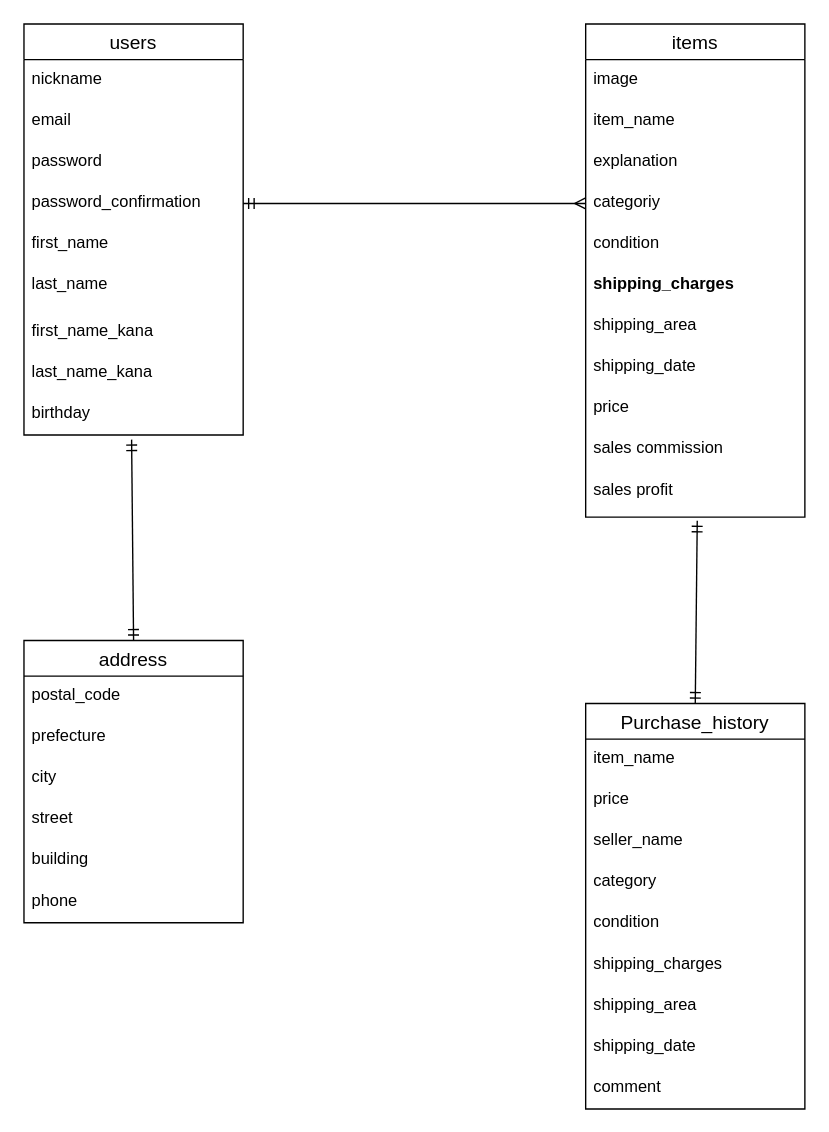
Earlier version of the draw.io diagram furima-41124.dio (katttttsu/furima-41124). Source tidied: cells renumbered, new cells numbered last; positions are measured from the earlier drawing's top-left corner, leaving out a move shared by most shapes. Both pictures are drawn from the tidied source at 137%, with x=0, y=0 at pixel (23, 23).
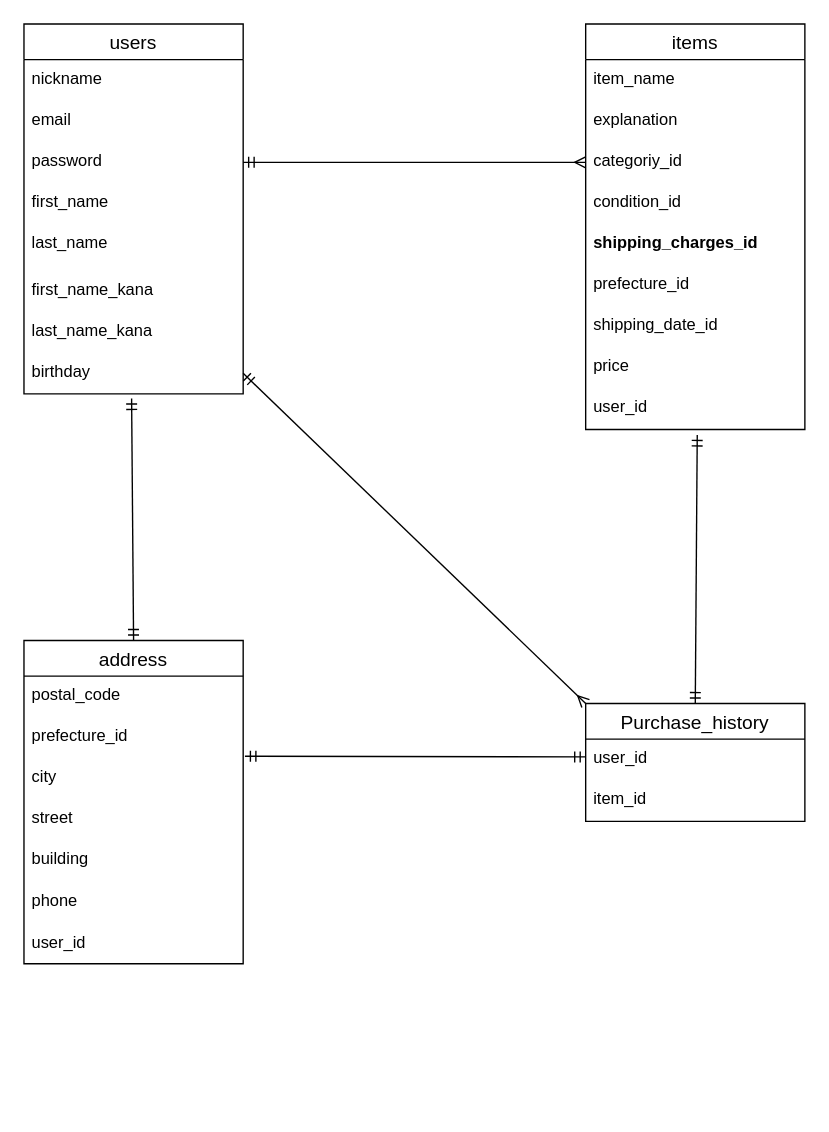
Above is the later version.

Commit message (it also covers changes not shown here):
ER図、README修正2

The change refers to these unchanged cells:
```xml
<mxCell id="5" value="password" style="text;strokeColor=none;fillColor=none;spacingLeft=4;spacingRight=4;overflow=hidden;points=[[0,0.5],[1,0.5]];portConstraint=eastwest;fontSize=12;" parent="2" vertex="1">
  <mxGeometry y="86" width="160" height="30" as="geometry" />
</mxCell>
<mxCell id="28" value="city" style="text;strokeColor=none;fillColor=none;spacingLeft=4;spacingRight=4;overflow=hidden;points=[[0,0.5],[1,0.5]];portConstraint=eastwest;fontSize=12;" parent="25" vertex="1">
  <mxGeometry y="86" width="160" height="30" as="geometry" />
</mxCell>
```

The edit, as a diff of the source:
```diff
@@
     <mxCell id="2" value="users" style="swimlane;fontStyle=0;horizontal=1;startSize=26;align=center;fontSize=14;" parent="1" vertex="1">
-      <mxGeometry width="160" height="300" as="geometry" />
+      <mxGeometry width="160" height="270" as="geometry" />
     </mxCell>
@@
-    <mxCell id="6" value="password_confirmation" style="text;strokeColor=none;fillColor=none;spacingLeft=4;spacingRight=4;overflow=hidden;points=[[0,0.5],[1,0.5]];portConstraint=eastwest;fontSize=12;" parent="2" vertex="1">
-      <mxGeometry y="116" width="160" height="30" as="geometry" />
-    </mxCell>
     <mxCell id="7" value="first_name" style="text;strokeColor=none;fillColor=none;spacingLeft=4;spacingRight=4;overflow=hidden;fontSize=12;" parent="2" vertex="1">
-      <mxGeometry y="146" width="160" height="30" as="geometry" />
+      <mxGeometry y="116" width="160" height="30" as="geometry" />
     </mxCell>
     <mxCell id="8" value="last_name" style="text;strokeColor=none;fillColor=none;spacingLeft=4;spacingRight=4;overflow=hidden;fontSize=12;" parent="2" vertex="1">
-      <mxGeometry y="176" width="160" height="34" as="geometry" />
+      <mxGeometry y="146" width="160" height="34" as="geometry" />
     </mxCell>
     <mxCell id="9" value="first_name_kana" style="text;strokeColor=none;fillColor=none;spacingLeft=4;spacingRight=4;overflow=hidden;fontSize=12;" parent="2" vertex="1">
-      <mxGeometry y="210" width="160" height="30" as="geometry" />
+      <mxGeometry y="180" width="160" height="30" as="geometry" />
     </mxCell>
     <mxCell id="10" value="last_name_kana" style="text;strokeColor=none;fillColor=none;spacingLeft=4;spacingRight=4;overflow=hidden;fontSize=12;" parent="2" vertex="1">
-      <mxGeometry y="240" width="160" height="30" as="geometry" />
+      <mxGeometry y="210" width="160" height="30" as="geometry" />
     </mxCell>
     <mxCell id="11" value="birthday" style="text;strokeColor=none;fillColor=none;spacingLeft=4;spacingRight=4;overflow=hidden;points=[[0,0.5],[1,0.5]];portConstraint=eastwest;fontSize=12;" parent="2" vertex="1">
-      <mxGeometry y="270" width="160" height="30" as="geometry" />
+      <mxGeometry y="240" width="160" height="30" as="geometry" />
     </mxCell>
     <mxCell id="12" value="items" style="swimlane;fontStyle=0;horizontal=1;startSize=26;align=center;fontSize=14;" parent="1" vertex="1">
-      <mxGeometry x="410" width="160" height="360" as="geometry" />
+      <mxGeometry x="410" width="160" height="296" as="geometry" />
     </mxCell>
-    <mxCell id="13" value="image" style="text;strokeColor=none;fillColor=none;spacingLeft=4;spacingRight=4;overflow=hidden;fontSize=12;" parent="12" vertex="1">
-      <mxGeometry y="26" width="160" height="30" as="geometry" />
-    </mxCell>
     <mxCell id="14" value="item_name    " style="text;strokeColor=none;fillColor=none;spacingLeft=4;spacingRight=4;overflow=hidden;fontSize=12;" parent="12" vertex="1">
-      <mxGeometry y="56" width="160" height="30" as="geometry" />
+      <mxGeometry y="26" width="160" height="30" as="geometry" />
     </mxCell>
     <mxCell id="15" value="explanation" style="text;strokeColor=none;fillColor=none;spacingLeft=4;spacingRight=4;overflow=hidden;fontSize=12;" parent="12" vertex="1">
-      <mxGeometry y="86" width="160" height="30" as="geometry" />
+      <mxGeometry y="56" width="160" height="30" as="geometry" />
     </mxCell>
-    <mxCell id="16" value="categoriy" style="text;strokeColor=none;fillColor=none;spacingLeft=4;spacingRight=4;overflow=hidden;points=[[0,0.5],[1,0.5]];portConstraint=eastwest;fontSize=12;" parent="12" vertex="1">
-      <mxGeometry y="116" width="160" height="30" as="geometry" />
+    <mxCell id="16" value="categoriy_id" style="text;strokeColor=none;fillColor=none;spacingLeft=4;spacingRight=4;overflow=hidden;points=[[0,0.5],[1,0.5]];portConstraint=eastwest;fontSize=12;" parent="12" vertex="1">
+      <mxGeometry y="86" width="160" height="30" as="geometry" />
     </mxCell>
-    <mxCell id="17" value="condition" style="text;strokeColor=none;fillColor=none;spacingLeft=4;spacingRight=4;overflow=hidden;fontSize=12;" parent="12" vertex="1">
-      <mxGeometry y="146" width="160" height="30" as="geometry" />
+    <mxCell id="17" value="condition_id" style="text;strokeColor=none;fillColor=none;spacingLeft=4;spacingRight=4;overflow=hidden;fontSize=12;" parent="12" vertex="1">
+      <mxGeometry y="116" width="160" height="30" as="geometry" />
     </mxCell>
-    <mxCell id="18" value="shipping_charges" style="text;strokeColor=none;fillColor=none;spacingLeft=4;spacingRight=4;overflow=hidden;fontSize=12;fontStyle=1;" parent="12" vertex="1">
-      <mxGeometry y="176" width="160" height="30" as="geometry" />
+    <mxCell id="18" value="shipping_charges_id" style="text;strokeColor=none;fillColor=none;spacingLeft=4;spacingRight=4;overflow=hidden;fontSize=12;fontStyle=1;" parent="12" vertex="1">
+      <mxGeometry y="146" width="160" height="30" as="geometry" />
     </mxCell>
-    <mxCell id="19" value="shipping_area" style="text;strokeColor=none;fillColor=none;spacingLeft=4;spacingRight=4;overflow=hidden;fontSize=12;" parent="12" vertex="1">
-      <mxGeometry y="206" width="160" height="30" as="geometry" />
+    <mxCell id="19" value="prefecture_id" style="text;strokeColor=none;fillColor=none;spacingLeft=4;spacingRight=4;overflow=hidden;fontSize=12;" parent="12" vertex="1">
+      <mxGeometry y="176" width="160" height="30" as="geometry" />
     </mxCell>
-    <mxCell id="20" value="shipping_date" style="text;strokeColor=none;fillColor=none;spacingLeft=4;spacingRight=4;overflow=hidden;fontSize=12;" parent="12" vertex="1">
-      <mxGeometry y="236" width="160" height="30" as="geometry" />
+    <mxCell id="20" value="shipping_date_id" style="text;strokeColor=none;fillColor=none;spacingLeft=4;spacingRight=4;overflow=hidden;fontSize=12;" parent="12" vertex="1">
+      <mxGeometry y="206" width="160" height="30" as="geometry" />
     </mxCell>
     <mxCell id="21" value="price" style="text;strokeColor=none;fillColor=none;spacingLeft=4;spacingRight=4;overflow=hidden;fontSize=12;" parent="12" vertex="1">
-      <mxGeometry y="266" width="160" height="30" as="geometry" />
+      <mxGeometry y="236" width="160" height="30" as="geometry" />
     </mxCell>
-    <mxCell id="22" value="sales commission" style="text;strokeColor=none;fillColor=none;spacingLeft=4;spacingRight=4;overflow=hidden;points=[[0,0.5],[1,0.5]];portConstraint=eastwest;fontSize=12;" parent="12" vertex="1">
-      <mxGeometry y="296" width="160" height="30" as="geometry" />
+    <mxCell id="22" value="user_id" style="text;strokeColor=none;fillColor=none;spacingLeft=4;spacingRight=4;overflow=hidden;points=[[0,0.5],[1,0.5]];portConstraint=eastwest;fontSize=12;" parent="12" vertex="1">
+      <mxGeometry y="266" width="160" height="30" as="geometry" />
     </mxCell>
-    <mxCell id="23" value="sales profit" style="text;strokeColor=none;fillColor=none;spacingLeft=4;spacingRight=4;overflow=hidden;points=[[0,0.5],[1,0.5]];portConstraint=eastwest;fontSize=12;" parent="12" vertex="1">
-      <mxGeometry y="326" width="160" height="34" as="geometry" />
-    </mxCell>
@@
     <mxCell id="25" value="address" style="swimlane;fontStyle=0;horizontal=1;startSize=26;align=center;fontSize=14;" parent="1" vertex="1">
-      <mxGeometry y="450" width="160" height="206" as="geometry" />
+      <mxGeometry y="450" width="160" height="236" as="geometry" />
     </mxCell>
@@
-    <mxCell id="27" value="prefecture" style="text;strokeColor=none;fillColor=none;spacingLeft=4;spacingRight=4;overflow=hidden;fontSize=12;" parent="25" vertex="1">
+    <mxCell id="27" value="prefecture_id" style="text;strokeColor=none;fillColor=none;spacingLeft=4;spacingRight=4;overflow=hidden;fontSize=12;" parent="25" vertex="1">
       <mxGeometry y="56" width="160" height="30" as="geometry" />
     </mxCell>
@@
+    <mxCell id="44" value="user_id" style="text;strokeColor=none;fillColor=none;align=left;verticalAlign=middle;spacingLeft=4;spacingRight=4;overflow=hidden;whiteSpace=wrap;html=1;" parent="25" vertex="1">
+      <mxGeometry y="206" width="160" height="30" as="geometry" />
+    </mxCell>
-    <mxCell id="32" style="edgeStyle=none;html=1;exitX=1;exitY=0.5;exitDx=0;exitDy=0;entryX=0;entryY=0.5;entryDx=0;entryDy=0;endArrow=ERmany;endFill=0;startArrow=ERmandOne;startFill=0;" parent="1" edge="1" source="6" target="16">
+    <mxCell id="32" style="edgeStyle=none;html=1;exitX=1;exitY=0.5;exitDx=0;exitDy=0;entryX=0;entryY=0.5;entryDx=0;entryDy=0;endArrow=ERmany;endFill=0;startArrow=ERmandOne;startFill=0;" parent="1" edge="1" source="5" target="16">
       <mxGeometry relative="1" as="geometry" />
     </mxCell>
-    <mxCell id="33" style="edgeStyle=none;html=1;exitX=0.5;exitY=0;exitDx=0;exitDy=0;entryX=0.509;entryY=1.079;entryDx=0;entryDy=0;entryPerimeter=0;startArrow=ERmandOne;startFill=0;endArrow=ERmandOne;endFill=0;" parent="1" edge="1" source="34" target="23">
+    <mxCell id="33" style="edgeStyle=none;html=1;exitX=0.5;exitY=0;exitDx=0;exitDy=0;entryX=0.509;entryY=1.133;entryDx=0;entryDy=0;entryPerimeter=0;startArrow=ERmandOne;startFill=0;endArrow=ERmandOne;endFill=0;" parent="1" edge="1" source="34" target="22">
       <mxGeometry relative="1" as="geometry" />
     </mxCell>
     <mxCell id="34" value="Purchase_history" style="swimlane;fontStyle=0;horizontal=1;startSize=26;align=center;fontSize=14;" parent="1" vertex="1">
-      <mxGeometry x="410" y="496" width="160" height="296" as="geometry" />
+      <mxGeometry x="410" y="496" width="160" height="86" as="geometry" />
     </mxCell>
-    <mxCell id="35" value="item_name" style="text;strokeColor=none;fillColor=none;spacingLeft=4;spacingRight=4;overflow=hidden;fontSize=12;" parent="34" vertex="1">
+    <mxCell id="35" value="user_id" style="text;strokeColor=none;fillColor=none;spacingLeft=4;spacingRight=4;overflow=hidden;fontSize=12;" parent="34" vertex="1">
       <mxGeometry y="26" width="160" height="30" as="geometry" />
     </mxCell>
-    <mxCell id="36" value="price" style="text;strokeColor=none;fillColor=none;spacingLeft=4;spacingRight=4;overflow=hidden;fontSize=12;" parent="34" vertex="1">
-      <mxGeometry y="56" width="160" height="30" as="geometry" />
-    </mxCell>
-    <mxCell id="37" value="seller_name" style="text;strokeColor=none;fillColor=none;spacingLeft=4;spacingRight=4;overflow=hidden;fontSize=12;" parent="34" vertex="1">
-      <mxGeometry y="86" width="160" height="30" as="geometry" />
+    <mxCell id="37" value="item_id" style="text;strokeColor=none;fillColor=none;spacingLeft=4;spacingRight=4;overflow=hidden;fontSize=12;" parent="34" vertex="1">
+      <mxGeometry y="56" width="160" height="30" as="geometry" />
     </mxCell>
-    <mxCell id="38" value="category" style="text;strokeColor=none;fillColor=none;spacingLeft=4;spacingRight=4;overflow=hidden;fontSize=12;" parent="34" vertex="1">
-      <mxGeometry y="116" width="160" height="30" as="geometry" />
-    </mxCell>
-    <mxCell id="39" value="condition" style="text;strokeColor=none;fillColor=none;spacingLeft=4;spacingRight=4;overflow=hidden;fontSize=12;" parent="34" vertex="1">
-      <mxGeometry y="146" width="160" height="30" as="geometry" />
-    </mxCell>
-    <mxCell id="40" value="shipping_charges" style="text;strokeColor=none;fillColor=none;spacingLeft=4;spacingRight=4;overflow=hidden;fontSize=12;" parent="34" vertex="1">
-      <mxGeometry y="176" width="160" height="30" as="geometry" />
-    </mxCell>
-    <mxCell id="41" value="shipping_area" style="text;strokeColor=none;fillColor=none;spacingLeft=4;spacingRight=4;overflow=hidden;fontSize=12;" parent="34" vertex="1">
-      <mxGeometry y="206" width="160" height="30" as="geometry" />
-    </mxCell>
-    <mxCell id="42" value="shipping_date" style="text;strokeColor=none;fillColor=none;spacingLeft=4;spacingRight=4;overflow=hidden;fontSize=12;" parent="34" vertex="1">
-      <mxGeometry y="236" width="160" height="30" as="geometry" />
-    </mxCell>
-    <mxCell id="43" value="comment" style="text;strokeColor=none;fillColor=none;spacingLeft=4;spacingRight=4;overflow=hidden;fontSize=12;" parent="34" vertex="1">
-      <mxGeometry y="266" width="160" height="30" as="geometry" />
-    </mxCell>
+    <mxCell id="45" style="edgeStyle=none;html=1;exitX=1.008;exitY=-0.049;exitDx=0;exitDy=0;endArrow=ERmandOne;endFill=0;startArrow=ERmandOne;startFill=0;exitPerimeter=0;" parent="1" edge="1" source="28">
+      <mxGeometry relative="1" as="geometry">
+        <mxPoint x="410" y="535" as="targetPoint" />
+      </mxGeometry>
+    </mxCell>
+    <mxCell id="46" style="edgeStyle=none;html=1;exitX=1;exitY=0.5;exitDx=0;exitDy=0;entryX=0;entryY=0;entryDx=0;entryDy=0;startArrow=ERmandOne;startFill=0;endArrow=ERmany;endFill=0;" parent="1" edge="1" source="11" target="34">
+      <mxGeometry relative="1" as="geometry" />
+    </mxCell>
```
